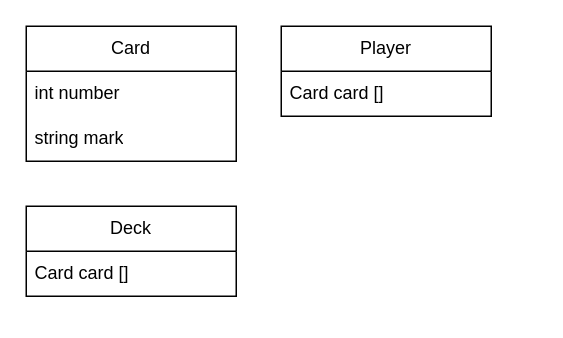
The draw.io diagram Ruby/BlackJack/blackjack.drawio in setodeve/ApprenticeShip, before the edit. Source tidied: cells renumbered, new cells numbered last; positions are measured from the earlier drawing's top-left corner, leaving out a move shared by most shapes. Both pictures are drawn from the tidied source at 150%, with x=0, y=0 at pixel (26, 26).
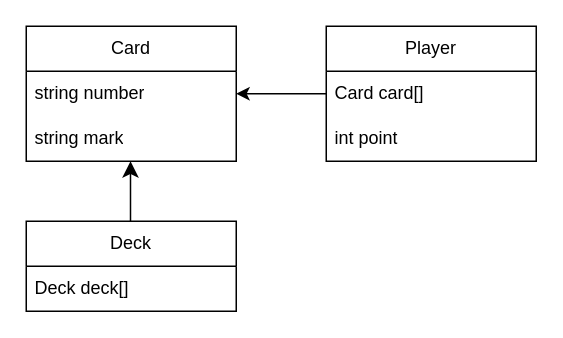
The same diagram, later.

Diff of the diagram source:
```diff
@@
 <mxGraphModel>
   <root>
     <mxCell id="0" />
     <mxCell id="1" parent="0" />
     <mxCell id="2" value="Card" style="swimlane;fontStyle=0;horizontal=1;startSize=30;whiteSpace=wrap;html=1;" parent="1" vertex="1">
       <mxGeometry width="140" height="90" as="geometry" />
     </mxCell>
-    <mxCell id="3" value="int number" style="text;strokeColor=none;fillColor=none;align=left;verticalAlign=middle;spacingLeft=4;spacingRight=4;overflow=hidden;points=[[0,0.5],[1,0.5]];portConstraint=eastwest;whiteSpace=wrap;html=1;" parent="2" vertex="1">
+    <mxCell id="3" value="string number" style="text;strokeColor=none;fillColor=none;align=left;verticalAlign=middle;spacingLeft=4;spacingRight=4;overflow=hidden;points=[[0,0.5],[1,0.5]];portConstraint=eastwest;whiteSpace=wrap;html=1;" parent="2" vertex="1">
       <mxGeometry y="30" width="140" height="30" as="geometry" />
     </mxCell>
     <mxCell id="4" value="string mark" style="text;strokeColor=none;fillColor=none;align=left;verticalAlign=middle;spacingLeft=4;spacingRight=4;overflow=hidden;whiteSpace=wrap;html=1;" parent="2" vertex="1">
       <mxGeometry y="60" width="140" height="30" as="geometry" />
     </mxCell>
     <mxCell id="5" value="Deck" style="swimlane;fontStyle=0;horizontal=1;startSize=30;whiteSpace=wrap;html=1;" parent="1" vertex="1">
-      <mxGeometry y="120" width="140" height="60" as="geometry" />
+      <mxGeometry y="130" width="140" height="60" as="geometry" />
     </mxCell>
-    <mxCell id="6" value="Card card []" style="text;strokeColor=none;fillColor=none;align=left;verticalAlign=middle;spacingLeft=4;spacingRight=4;overflow=hidden;whiteSpace=wrap;html=1;" parent="5" vertex="1">
+    <mxCell id="6" value="Deck deck[]" style="text;strokeColor=none;fillColor=none;align=left;verticalAlign=middle;spacingLeft=4;spacingRight=4;overflow=hidden;whiteSpace=wrap;html=1;" parent="5" vertex="1">
       <mxGeometry y="30" width="140" height="30" as="geometry" />
     </mxCell>
+    <mxCell id="9" style="edgeStyle=none;html=1;entryX=1;entryY=0.5;entryDx=0;entryDy=0;" parent="1" edge="1" source="7" target="3">
+      <mxGeometry relative="1" as="geometry" />
+    </mxCell>
     <mxCell id="7" value="Player" style="swimlane;fontStyle=0;horizontal=1;startSize=30;whiteSpace=wrap;html=1;" parent="1" vertex="1">
-      <mxGeometry x="170" width="140" height="60" as="geometry" />
+      <mxGeometry x="200" width="140" height="90" as="geometry" />
     </mxCell>
-    <mxCell id="8" value="Card card []" style="text;strokeColor=none;fillColor=none;align=left;verticalAlign=middle;spacingLeft=4;spacingRight=4;overflow=hidden;whiteSpace=wrap;html=1;" parent="7" vertex="1">
-      <mxGeometry y="30" width="140" height="30" as="geometry" />
-    </mxCell>
+    <mxCell id="10" value="Card card[]" style="text;strokeColor=none;fillColor=none;align=left;verticalAlign=middle;spacingLeft=4;spacingRight=4;overflow=hidden;whiteSpace=wrap;html=1;" parent="7" vertex="1">
+      <mxGeometry y="30" width="140" height="30" as="geometry" />
+    </mxCell>
+    <mxCell id="11" value="int point" style="text;strokeColor=none;fillColor=none;align=left;verticalAlign=middle;spacingLeft=4;spacingRight=4;overflow=hidden;whiteSpace=wrap;html=1;" parent="7" vertex="1">
+      <mxGeometry y="60" width="140" height="30" as="geometry" />
+    </mxCell>
+    <mxCell id="12" style="edgeStyle=segmentEdgeStyle;endArrow=classic;html=1;curved=0;rounded=0;endSize=8;startSize=8;" parent="1" edge="1">
+      <mxGeometry relative="1" as="geometry">
+        <mxPoint x="69.5" y="130" as="sourcePoint" />
+        <mxPoint x="69.5" y="90" as="targetPoint" />
+      </mxGeometry>
+    </mxCell>
   </root>
 </mxGraphModel>
```
